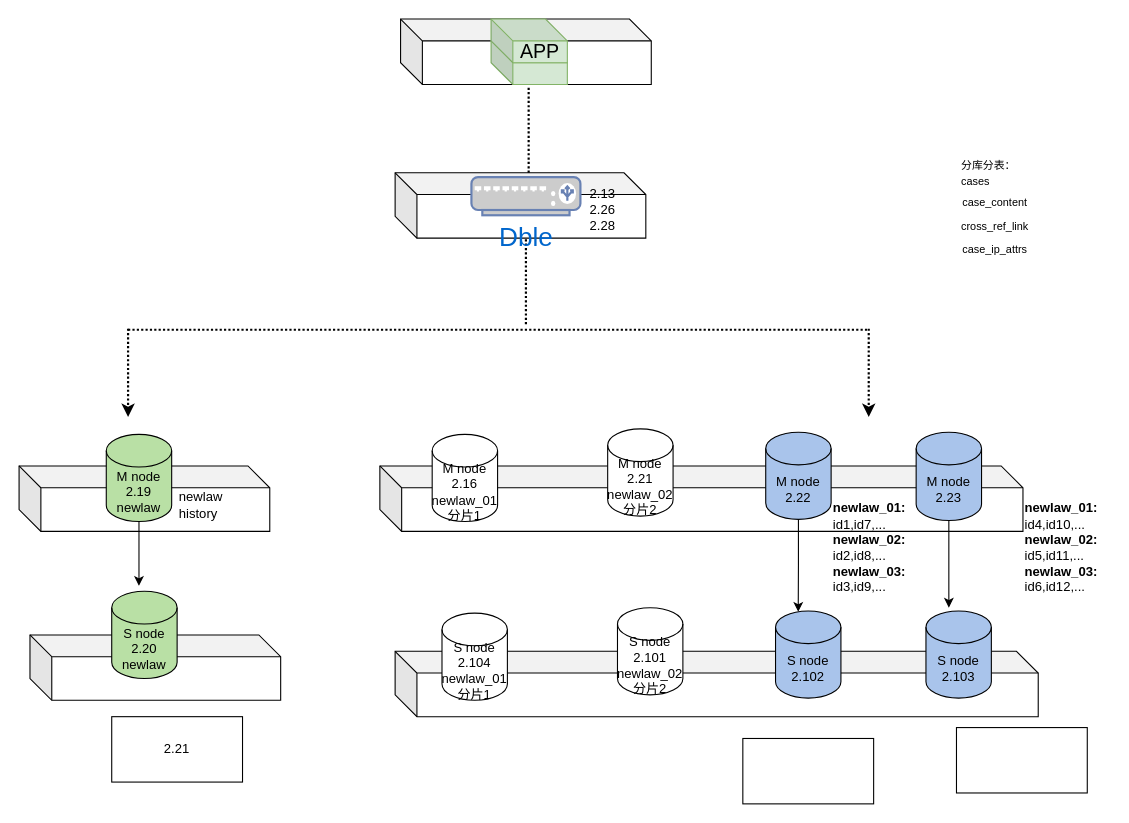
Before: dble.drawio in leiting6/diagrams, a draw.io diagram. Source tidied: cells renumbered, new cells numbered last; positions are measured from the earlier drawing's top-left corner, leaving out a move shared by most shapes. Both pictures are drawn from the tidied source at 109%, with x=0, y=0 at pixel (19, 19).
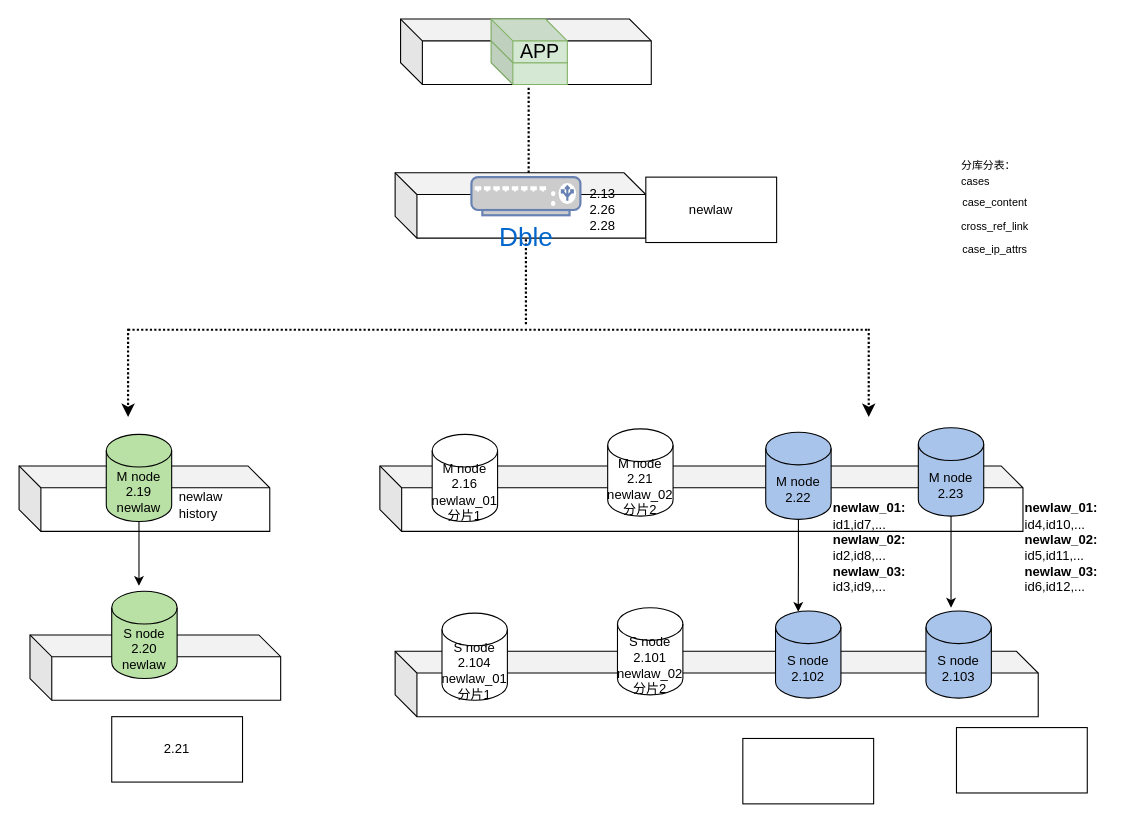
The same page after the edit.

Diff of the diagram source:
```diff
@@
     <mxCell id="6" style="edgeStyle=orthogonalEdgeStyle;rounded=0;jettySize=auto;html=1;exitX=0.5;exitY=1;exitDx=0;exitDy=0;exitPerimeter=0;" parent="1" edge="1" source="7">
       <mxGeometry relative="1" as="geometry">
-        <mxPoint x="853" y="540" as="targetPoint" />
+        <mxPoint x="855" y="540" as="targetPoint" />
       </mxGeometry>
     </mxCell>
     <mxCell id="7" value="M node 2.23" style="shape=cylinder3;whiteSpace=wrap;html=1;boundedLbl=1;backgroundOutline=1;size=15;fillColor=#A9C4EB;" parent="1" vertex="1">
-      <mxGeometry x="823" y="379" width="60" height="81" as="geometry" />
+      <mxGeometry x="825" y="375" width="60" height="81" as="geometry" />
     </mxCell>
@@
+    <mxCell id="37" value="newlaw" style="rounded=0;whiteSpace=wrap;html=1;" parent="1" vertex="1">
+      <mxGeometry x="575" y="145" width="120" height="60" as="geometry" />
+    </mxCell>
```
